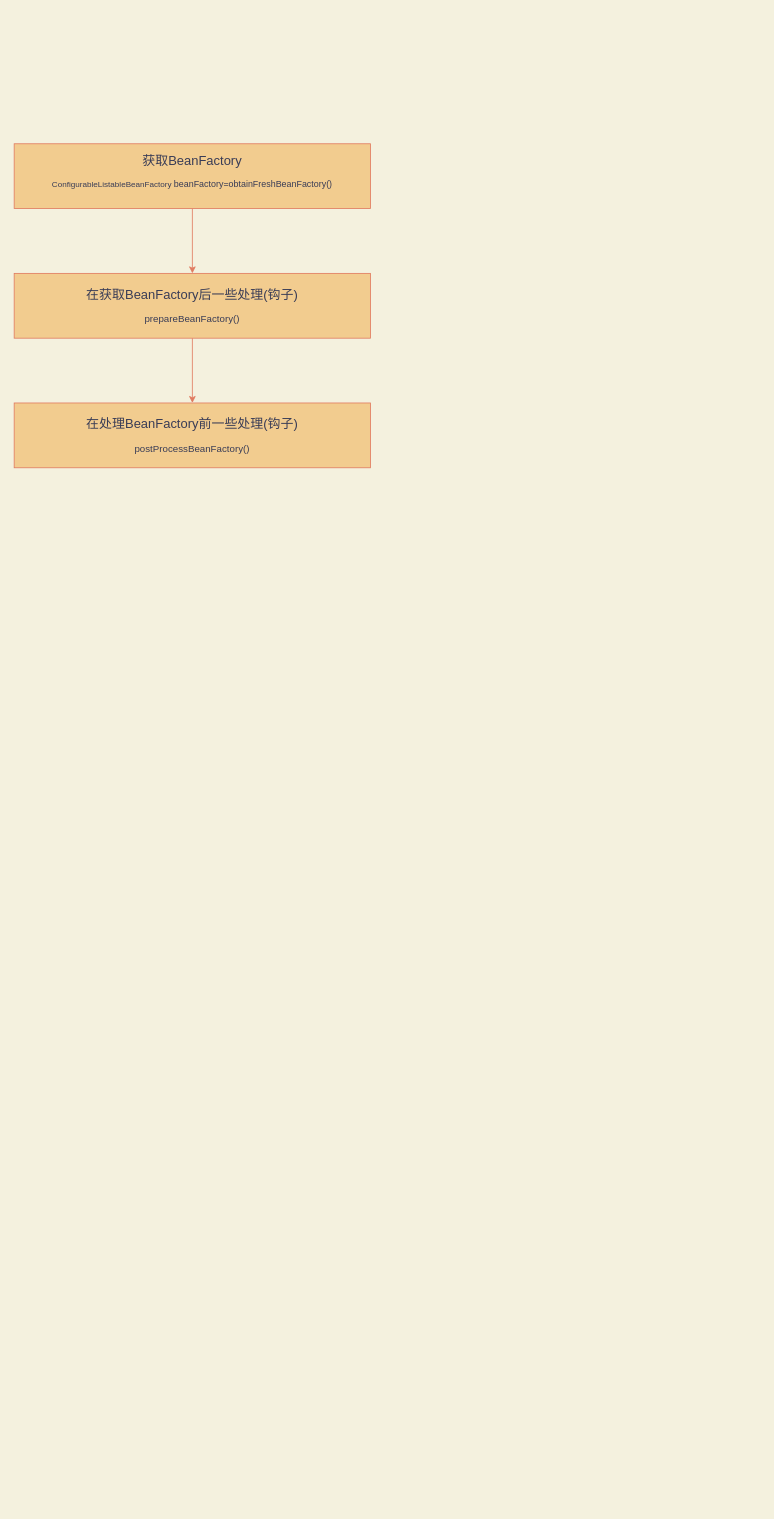
The draw.io diagram Spring容器启动.drawio in maoqingcode/diagrams, before the edit. Source tidied: cells renumbered, new cells numbered last; positions are measured from the earlier drawing's top-left corner, leaving out a move shared by most shapes. Both pictures are drawn from the tidied source at 81%, with x=0, y=0 at pixel (14, 143).
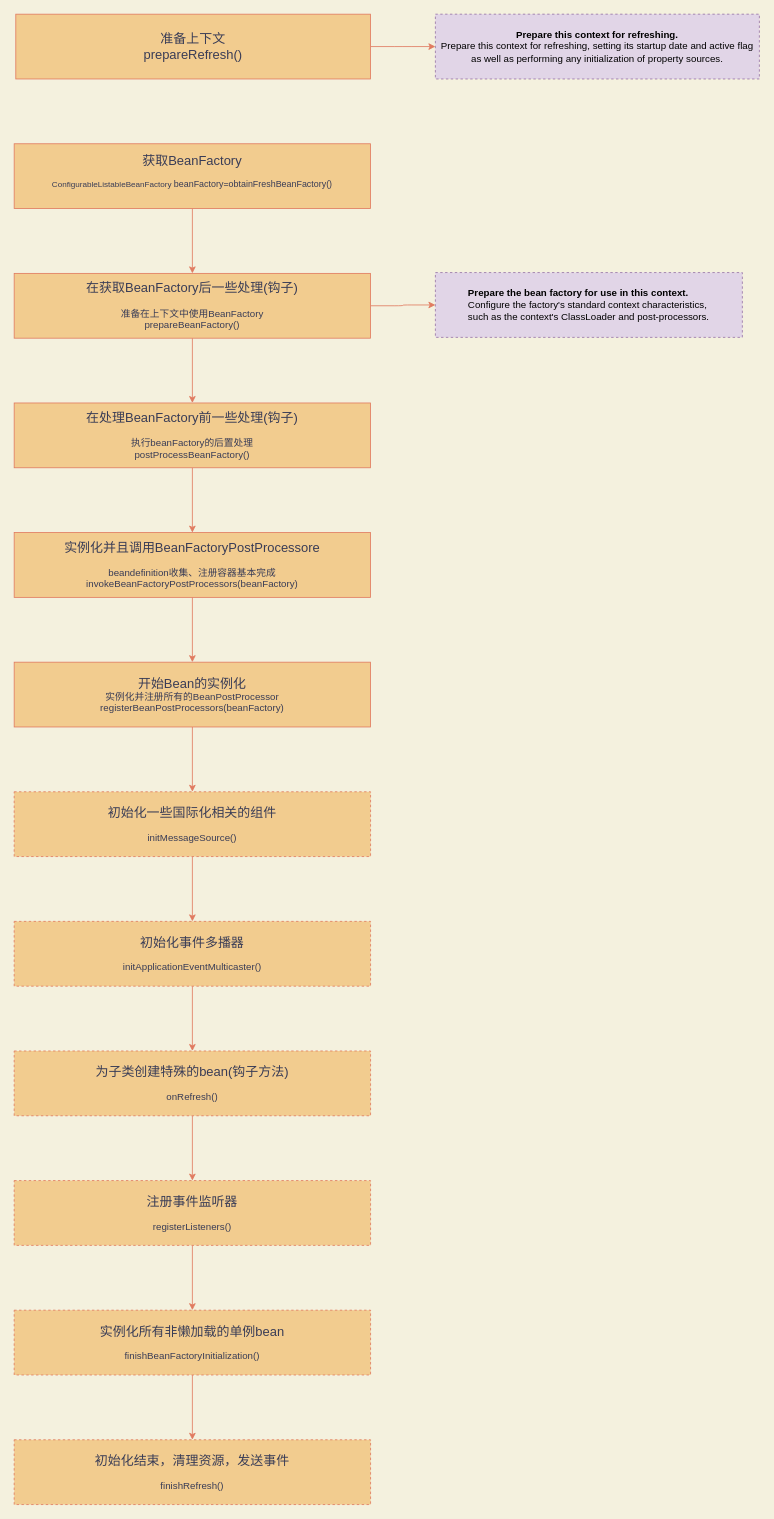
The same diagram, later.

Diff of the diagram source:
```diff
@@
+    <mxCell id="7" style="edgeStyle=orthogonalEdgeStyle;curved=0;rounded=1;sketch=0;jettySize=auto;html=1;strokeColor=#E07A5F;fillColor=#F2CC8F;fontColor=#393C56;" parent="1" edge="1" source="5" target="9">
+      <mxGeometry relative="1" as="geometry" />
+    </mxCell>
-    <mxCell id="5" value="&lt;font style=&quot;font-size: 16px&quot;&gt;在获取BeanFactory后一些处理(钩子)&lt;/font&gt;&lt;br&gt;&lt;br&gt;prepareBeanFactory()" style="whiteSpace=wrap;html=1;fillColor=#F2CC8F;strokeColor=#E07A5F;fontColor=#393C56;" parent="1" vertex="1">
+    <mxCell id="5" value="&lt;font style=&quot;font-size: 16px&quot;&gt;在获取BeanFactory后一些处理(钩子)&lt;/font&gt;&lt;br&gt;&lt;br&gt;准备在上下文中使用BeanFactory&lt;br&gt;prepareBeanFactory()" style="whiteSpace=wrap;html=1;fillColor=#F2CC8F;strokeColor=#E07A5F;fontColor=#393C56;" parent="1" vertex="1">
       <mxGeometry y="160" width="440" height="80" as="geometry" />
     </mxCell>
+    <mxCell id="8" style="edgeStyle=orthogonalEdgeStyle;curved=0;rounded=1;sketch=0;jettySize=auto;html=1;exitX=0.5;exitY=1;exitDx=0;exitDy=0;entryX=0.5;entryY=0;entryDx=0;entryDy=0;strokeColor=#E07A5F;fillColor=#F2CC8F;fontColor=#393C56;" parent="1" edge="1" source="6" target="14">
+      <mxGeometry relative="1" as="geometry" />
+    </mxCell>
-    <mxCell id="6" value="&lt;font style=&quot;font-size: 16px&quot;&gt;在处理BeanFactory前一些处理(钩子)&lt;/font&gt;&lt;br&gt;&lt;br&gt;postProcessBeanFactory()" style="whiteSpace=wrap;html=1;fillColor=#F2CC8F;strokeColor=#E07A5F;fontColor=#393C56;" parent="1" vertex="1">
+    <mxCell id="6" value="&lt;font style=&quot;font-size: 16px&quot;&gt;在处理BeanFactory前一些处理(钩子)&lt;/font&gt;&lt;br&gt;&lt;br&gt;执行beanFactory的后置处理 &lt;br&gt;postProcessBeanFactory()" style="whiteSpace=wrap;html=1;fillColor=#F2CC8F;strokeColor=#E07A5F;fontColor=#393C56;" parent="1" vertex="1">
       <mxGeometry y="320" width="440" height="80" as="geometry" />
     </mxCell>
+    <mxCell id="9" value="&lt;div style=&quot;text-align: left&quot;&gt;&lt;span&gt;&lt;b&gt;Prepare the bean factory for use in this context.&lt;/b&gt;&lt;/span&gt;&lt;/div&gt;&lt;div style=&quot;text-align: left&quot;&gt;&lt;span&gt;Configure the factory's standard context characteristics,&lt;/span&gt;&lt;/div&gt;&lt;div style=&quot;text-align: left&quot;&gt;&lt;span&gt;such as the context's ClassLoader and post-processors.&lt;/span&gt;&lt;/div&gt;" style="whiteSpace=wrap;html=1;strokeColor=#9673a6;fillColor=#e1d5e7;dashed=1;" parent="1" vertex="1">
+      <mxGeometry x="520" y="159" width="379" height="80" as="geometry" />
+    </mxCell>
+    <mxCell id="10" style="edgeStyle=orthogonalEdgeStyle;curved=0;rounded=1;sketch=0;jettySize=auto;html=1;strokeColor=#E07A5F;fillColor=#F2CC8F;fontColor=#393C56;" parent="1" edge="1" source="11">
+      <mxGeometry relative="1" as="geometry">
+        <mxPoint x="520" y="-120" as="targetPoint" />
+      </mxGeometry>
+    </mxCell>
+    <mxCell id="11" value="&lt;font&gt;&lt;font style=&quot;font-size: 16px&quot;&gt;准备上下文&lt;br&gt;prepareRefresh()&lt;br&gt;&lt;/font&gt;&lt;/font&gt;" style="whiteSpace=wrap;html=1;fillColor=#F2CC8F;strokeColor=#E07A5F;fontColor=#393C56;" parent="1" vertex="1">
+      <mxGeometry x="2" y="-160" width="438" height="80" as="geometry" />
+    </mxCell>
+    <mxCell id="12" value="&lt;b&gt;Prepare this context for refreshing.&lt;/b&gt;&lt;br&gt;Prepare this context for refreshing, setting its startup date and active flag as well as performing any initialization of property sources.&lt;br&gt;" style="whiteSpace=wrap;html=1;rounded=0;dashed=1;sketch=0;strokeColor=#9673a6;fillColor=#e1d5e7;" parent="1" vertex="1">
+      <mxGeometry x="520" y="-160" width="400" height="80" as="geometry" />
+    </mxCell>
+    <mxCell id="13" style="edgeStyle=orthogonalEdgeStyle;curved=0;rounded=1;sketch=0;jettySize=auto;html=1;strokeColor=#E07A5F;fillColor=#F2CC8F;fontColor=#393C56;" parent="1" edge="1" source="14" target="16">
+      <mxGeometry relative="1" as="geometry" />
+    </mxCell>
+    <mxCell id="14" value="&lt;span style=&quot;font-size: 16px&quot;&gt;实例化并且调用BeanFactoryPostProcessore&lt;/span&gt;&lt;br&gt;&lt;br&gt;beandefinition收集、注册容器基本完成&lt;br&gt;invokeBeanFactoryPostProcessors(beanFactory)" style="whiteSpace=wrap;html=1;fillColor=#F2CC8F;strokeColor=#E07A5F;fontColor=#393C56;" parent="1" vertex="1">
+      <mxGeometry y="480" width="440" height="80" as="geometry" />
+    </mxCell>
+    <mxCell id="15" style="edgeStyle=orthogonalEdgeStyle;curved=0;rounded=1;sketch=0;jettySize=auto;html=1;entryX=0.5;entryY=0;entryDx=0;entryDy=0;strokeColor=#E07A5F;fillColor=#F2CC8F;fontColor=#393C56;" parent="1" edge="1" source="16" target="18">
+      <mxGeometry relative="1" as="geometry" />
+    </mxCell>
+    <mxCell id="16" value="&lt;span style=&quot;font-size: 16px&quot;&gt;开始Bean的实例化&lt;/span&gt;&lt;br&gt;实例化并注册所有的BeanPostProcessor&lt;br&gt;registerBeanPostProcessors(beanFactory)" style="whiteSpace=wrap;html=1;fillColor=#F2CC8F;strokeColor=#E07A5F;fontColor=#393C56;" parent="1" vertex="1">
+      <mxGeometry y="640" width="440" height="80" as="geometry" />
+    </mxCell>
+    <mxCell id="17" style="edgeStyle=orthogonalEdgeStyle;curved=0;rounded=1;sketch=0;jettySize=auto;html=1;strokeColor=#E07A5F;fillColor=#F2CC8F;fontColor=#393C56;" parent="1" edge="1" source="18" target="20">
+      <mxGeometry relative="1" as="geometry" />
+    </mxCell>
+    <mxCell id="18" value="&lt;span style=&quot;font-size: 16px&quot;&gt;初始化一些国际化相关的组件&lt;/span&gt;&lt;br&gt;&lt;br&gt;initMessageSource()" style="whiteSpace=wrap;html=1;fillColor=#F2CC8F;strokeColor=#E07A5F;fontColor=#393C56;rounded=0;dashed=1;sketch=0;" parent="1" vertex="1">
+      <mxGeometry y="800" width="440" height="80" as="geometry" />
+    </mxCell>
+    <mxCell id="19" style="edgeStyle=orthogonalEdgeStyle;curved=0;rounded=1;sketch=0;jettySize=auto;html=1;entryX=0.5;entryY=0;entryDx=0;entryDy=0;strokeColor=#E07A5F;fillColor=#F2CC8F;fontColor=#393C56;" parent="1" edge="1" source="20" target="22">
+      <mxGeometry relative="1" as="geometry" />
+    </mxCell>
+    <mxCell id="20" value="&lt;span style=&quot;font-size: 16px&quot;&gt;初始化事件多播器&lt;br&gt;&lt;/span&gt;&lt;br&gt;initApplicationEventMulticaster()" style="whiteSpace=wrap;html=1;fillColor=#F2CC8F;strokeColor=#E07A5F;fontColor=#393C56;rounded=0;dashed=1;sketch=0;" parent="1" vertex="1">
+      <mxGeometry y="960" width="440" height="80" as="geometry" />
+    </mxCell>
+    <mxCell id="21" style="edgeStyle=orthogonalEdgeStyle;curved=0;rounded=1;sketch=0;jettySize=auto;html=1;entryX=0.5;entryY=0;entryDx=0;entryDy=0;strokeColor=#E07A5F;fillColor=#F2CC8F;fontColor=#393C56;" parent="1" edge="1" source="22" target="24">
+      <mxGeometry relative="1" as="geometry" />
+    </mxCell>
+    <mxCell id="22" value="&lt;span style=&quot;font-size: 16px&quot;&gt;为子类创建特殊的bean(钩子方法)&lt;br&gt;&lt;/span&gt;&lt;br&gt;onRefresh()" style="whiteSpace=wrap;html=1;fillColor=#F2CC8F;strokeColor=#E07A5F;fontColor=#393C56;rounded=0;dashed=1;sketch=0;" parent="1" vertex="1">
+      <mxGeometry y="1120" width="440" height="80" as="geometry" />
+    </mxCell>
+    <mxCell id="23" style="edgeStyle=orthogonalEdgeStyle;curved=0;rounded=1;sketch=0;jettySize=auto;html=1;entryX=0.5;entryY=0;entryDx=0;entryDy=0;strokeColor=#E07A5F;fillColor=#F2CC8F;fontColor=#393C56;" parent="1" edge="1" source="24" target="26">
+      <mxGeometry relative="1" as="geometry" />
+    </mxCell>
+    <mxCell id="24" value="&lt;span style=&quot;font-size: 16px&quot;&gt;注册事件监听器&lt;br&gt;&lt;/span&gt;&lt;br&gt;registerListeners()" style="whiteSpace=wrap;html=1;fillColor=#F2CC8F;strokeColor=#E07A5F;fontColor=#393C56;rounded=0;dashed=1;sketch=0;" parent="1" vertex="1">
+      <mxGeometry y="1280" width="440" height="80" as="geometry" />
+    </mxCell>
+    <mxCell id="25" style="edgeStyle=orthogonalEdgeStyle;curved=0;rounded=1;sketch=0;jettySize=auto;html=1;entryX=0.5;entryY=0;entryDx=0;entryDy=0;strokeColor=#E07A5F;fillColor=#F2CC8F;fontColor=#393C56;" parent="1" edge="1" source="26" target="27">
+      <mxGeometry relative="1" as="geometry" />
+    </mxCell>
+    <mxCell id="26" value="&lt;span style=&quot;font-size: 16px&quot;&gt;实例化所有非懒加载的单例bean&lt;br&gt;&lt;/span&gt;&lt;br&gt;finishBeanFactoryInitialization()" style="whiteSpace=wrap;html=1;fillColor=#F2CC8F;strokeColor=#E07A5F;fontColor=#393C56;rounded=0;dashed=1;sketch=0;" parent="1" vertex="1">
+      <mxGeometry y="1440" width="440" height="80" as="geometry" />
+    </mxCell>
+    <mxCell id="27" value="&lt;span style=&quot;font-size: 16px&quot;&gt;初始化结束，清理资源，发送事件&lt;br&gt;&lt;/span&gt;&lt;br&gt;finishRefresh()" style="whiteSpace=wrap;html=1;fillColor=#F2CC8F;strokeColor=#E07A5F;fontColor=#393C56;rounded=0;dashed=1;sketch=0;" parent="1" vertex="1">
+      <mxGeometry y="1600" width="440" height="80" as="geometry" />
+    </mxCell>
```
